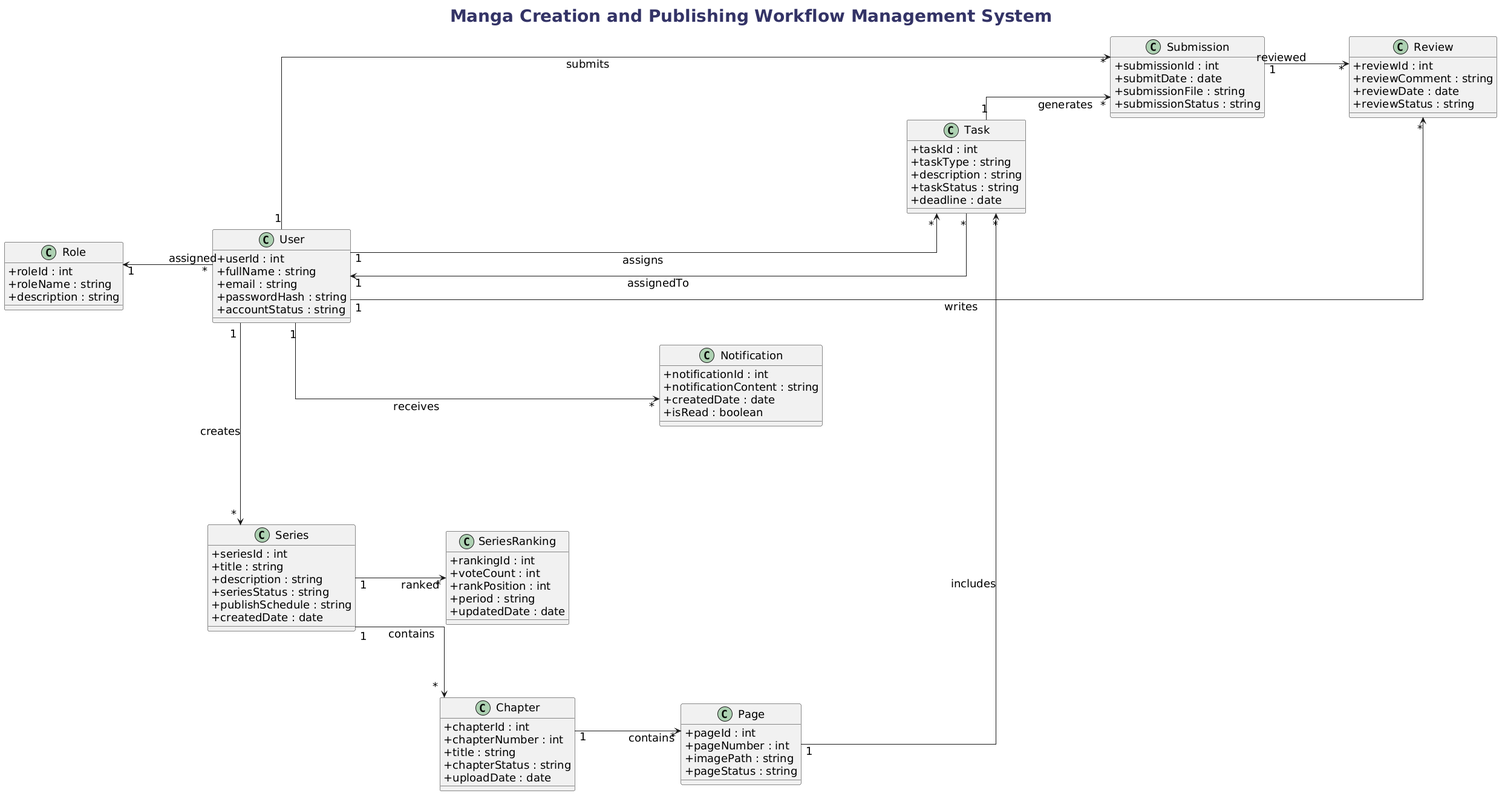
Earlier version of the PlantUML export assets/diagrams/Chapter3_IMAGE/class_diagram.png (trongtan0079/manga-workflow-report).
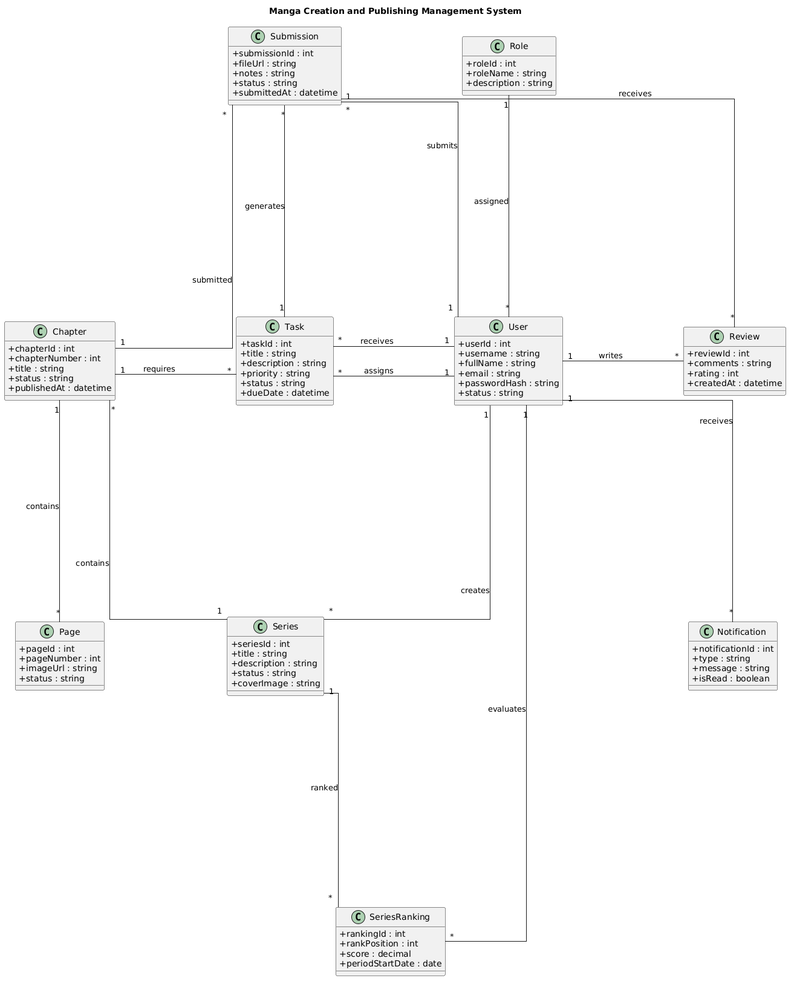
Later version of the same file.

Commit message:
cập nhật ảnh class và erd đổi từ png sang pdf

The edit, as a diff of the source:
```diff
@@ -1,135 +1,104 @@
 @startuml
-title Manga Creation and Publishing Workflow Management System
-
-left to right direction
-
+title Manga Creation and Publishing Management System
 skinparam classAttributeIconSize 0
 skinparam linetype ortho
-
-skinparam defaultFontName Tahoma
-skinparam defaultFontSize 18
-
-skinparam titleFontSize 28
-skinparam titleFontName Arial
-skinparam titleFontColor #333366
-
-
-skinparam nodesep 120
-skinparam ranksep 140
+skinparam ranksep 350
+skinparam nodesep 200
+top to bottom direction
 
 class Role {
-+roleId : int
-+roleName : string
-+description : string
+  +roleId : int
+  +roleName : string
+  +description : string
 }
 
 class User {
-+userId : int
-+fullName : string
-+email : string
-+passwordHash : string
-+accountStatus : string
+  +userId : int
+  +username : string
+  +fullName : string
+  +email : string
+  +passwordHash : string
+  +status : string
 }
 
 class Series {
-+seriesId : int
-+title : string
-+description : string
-+seriesStatus : string
-+publishSchedule : string
-+createdDate : date
+  +seriesId : int
+  +title : string
+  +description : string
+  +status : string
+  +coverImage : string
 }
 
 class Chapter {
-+chapterId : int
-+chapterNumber : int
-+title : string
-+chapterStatus : string
-+uploadDate : date
+  +chapterId : int
+  +chapterNumber : int
+  +title : string
+  +status : string
+  +publishedAt : datetime
 }
 
 class Page {
-+pageId : int
-+pageNumber : int
-+imagePath : string
-+pageStatus : string
+  +pageId : int
+  +pageNumber : int
+  +imageUrl : string
+  +status : string
 }
 
 class Task {
-+taskId : int
-+taskType : string
-+description : string
-+taskStatus : string
-+deadline : date
+  +taskId : int
+  +title : string
+  +description : string
+  +priority : string
+  +status : string
+  +dueDate : datetime
 }
 
 class Submission {
-+submissionId : int
-+submitDate : date
-+submissionFile : string
-+submissionStatus : string
+  +submissionId : int
+  +fileUrl : string
+  +notes : string
+  +status : string
+  +submittedAt : datetime
 }
 
 class Review {
-+reviewId : int
-+reviewComment : string
-+reviewDate : date
-+reviewStatus : string
+  +reviewId : int
+  +comments : string
+  +rating : int
+  +createdAt : datetime
 }
 
 class SeriesRanking {
-+rankingId : int
-+voteCount : int
-+rankPosition : int
-+period : string
-+updatedDate : date
+  +rankingId : int
+  +rankPosition : int
+  +score : decimal
+  +periodStartDate : date
 }
 
 class Notification {
-+notificationId : int
-+notificationContent : string
-+createdDate : date
-+isRead : boolean
+  +notificationId : int
+  +type : string
+  +message : string
+  +isRead : boolean
 }
 
+Role "1" -down- "*" User : assigned
+User "1" -down- "*" Series : creates
+Series "1" -down- "*" Chapter : contains
+Chapter "1" -down- "*" Page : contains
 
-Role -[hidden]down- User
+Chapter "1" -right- "*" Task : requires
+User "1" -right- "*" Task : assigns
+User "1" -left- "*" Task : receives
 
-Series -[hidden]down- Chapter
-Chapter -[hidden]down- Page
+Task "1" -right- "*" Submission : generates
+Chapter "1" -left- "*" Submission : submitted
+User "1" -down- "*" Submission : submits
 
-Task -[hidden]down- Submission
-Submission -[hidden]down- Review
+Submission "1" -down- "*" Review : receives
+User "1" -right- "*" Review : writes
 
-Series -[hidden]right- User
-User -[hidden]right- Notification
-
-SeriesRanking -[hidden]down- Notification
-
-
-Role "1" <-- "*" User :assigned
-
-User "1" --> "*" Series : creates
-
-Series "1" --> "*" Chapter : contains
-
-Chapter "1" --> "*" Page : contains
-
-Page "1" --> "*" Task : includes
-
-User "1" --> "*" Task : assigns
-
-Task "*" --> "1" User : assignedTo
-
-Task "1" --> "*" Submission : generates
-
-User "1" --> "*" Submission : submits
-
-Submission "1" --> "*" Review : reviewed
-
-User "1" --> "*" Review : writes
-
-Series "1" --> "*" SeriesRanking : ranked
-
-User "1" --> "*" Notification : receives
+Series "1" -down- "*" SeriesRanking : ranked
+User "1" -down- "*" SeriesRanking : evaluates
+User "1" -down- "*" Notification : receives
 @enduml
```
